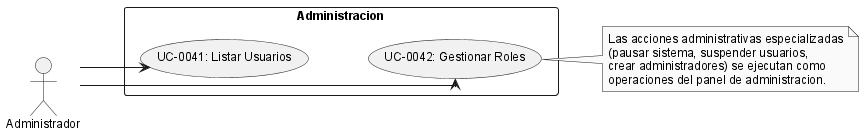
Before: anexos/diagramas/uc_administracion.png, a diagram exported from PlantUML (ErDeivih/DocumentChain). Its diagram source:
```plantuml
@startuml
!include _structure-style.puml
left to right direction

actor "Administrador" as ADMIN

rectangle "Administracion" {
  usecase "UC-0041: Listar Usuarios" as UC49
  usecase "UC-0042: Gestionar Roles" as UC50
}

UC49 -[hidden]down-> UC50

ADMIN --> UC49
ADMIN --> UC50

note right of UC50
  Las acciones administrativas especializadas
  (pausar sistema, suspender usuarios,
  crear administradores) se ejecutan como
  operaciones del panel de administracion.
end note
@enduml
```
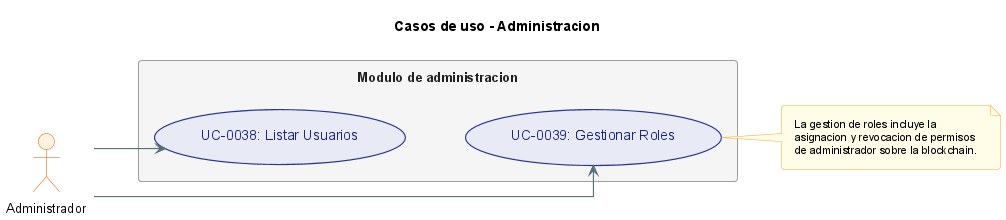
After the commit.

Diff of the diagram source:
```diff
@@ -1,23 +1,23 @@
 @startuml
 !include _structure-style.puml
 left to right direction
+title Casos de uso - Administracion
 
 actor "Administrador" as ADMIN
 
-rectangle "Administracion" {
-  usecase "UC-0041: Listar Usuarios" as UC49
-  usecase "UC-0042: Gestionar Roles" as UC50
+rectangle "Modulo de administracion" {
+  usecase "UC-0038: Listar Usuarios" as UC38
+  usecase "UC-0039: Gestionar Roles" as UC39
 }
 
-UC49 -[hidden]down-> UC50
+UC38 -[hidden]down-> UC39
 
-ADMIN --> UC49
-ADMIN --> UC50
+ADMIN --> UC38
+ADMIN --> UC39
 
-note right of UC50
-  Las acciones administrativas especializadas
-  (pausar sistema, suspender usuarios,
-  crear administradores) se ejecutan como
-  operaciones del panel de administracion.
+note right of UC39
+  La gestion de roles incluye la
+  asignacion y revocacion de permisos
+  de administrador sobre la blockchain.
 end note
 @enduml
```
